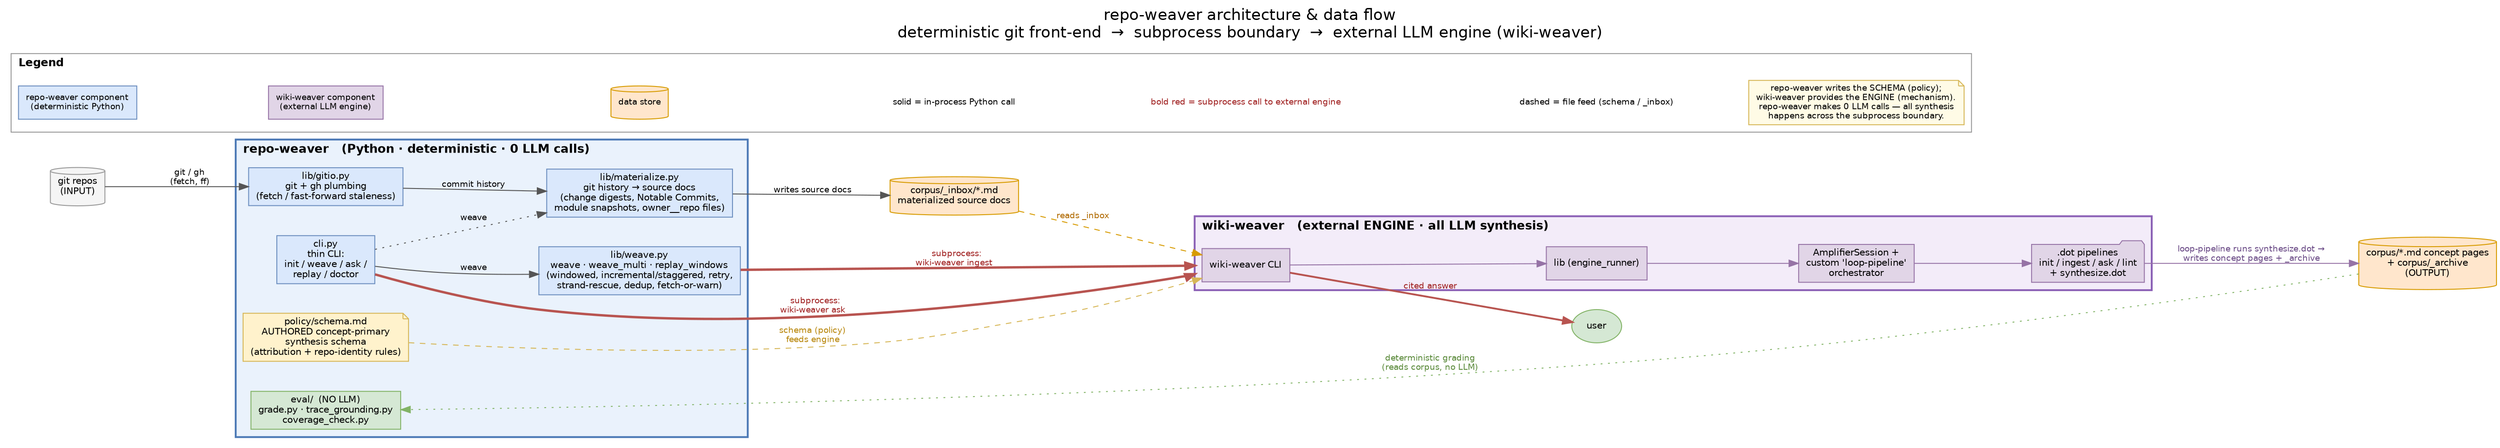
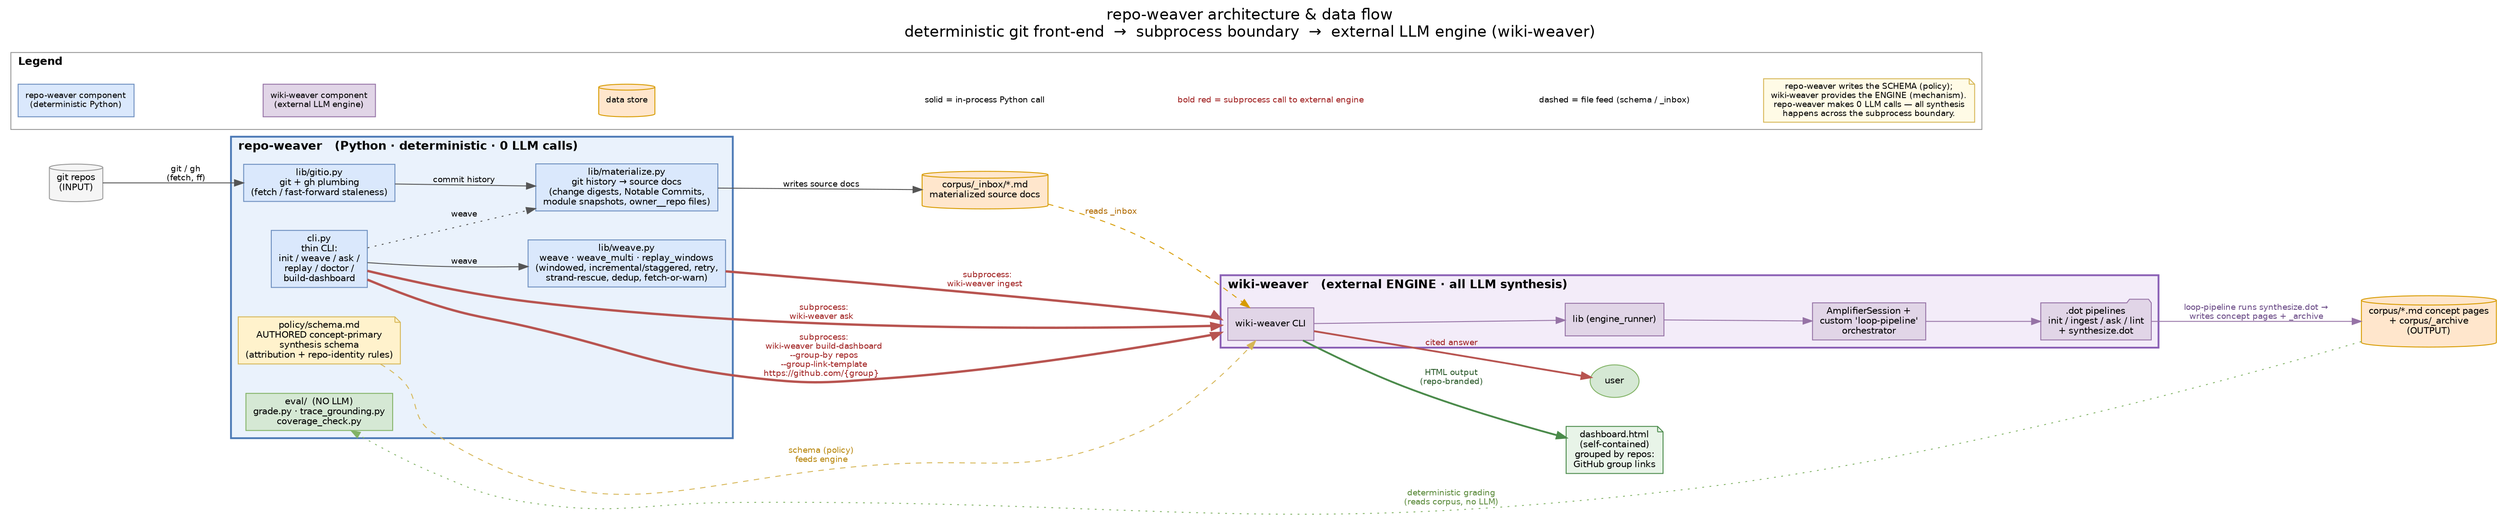
digraph repo_weaver_architecture {
  label="repo-weaver architecture & data flow\ndeterministic git front-end  →  subprocess boundary  →  external LLM engine (wiki-weaver)";
  labelloc="t";
  fontname="Helvetica";
  fontsize=17;
  rankdir=LR;
  compound=true;
  nodesep=0.45;
  ranksep=1.0;
  node [fontname="Helvetica", fontsize=10, style=filled, fillcolor="#dae8fc", color="#6c8ebf"];
  edge [fontname="Helvetica", fontsize=9, color="#555555"];

  // ---------- INPUT store ----------
  git_repos [label="git repos\n(INPUT)", shape=cylinder, fillcolor="#f5f5f5", color="#999999"];

  // ==================================================================
  // Cluster A: repo-weaver — deterministic Python, ZERO LLM calls
  // ==================================================================
  subgraph cluster_repoweaver {
    label="repo-weaver   (Python · deterministic · 0 LLM calls)";
    labeljust="l";
    style=filled; fillcolor="#eaf2fc"; color="#4a78b5"; penwidth=2;
    fontsize=13; fontname="Helvetica-Bold";

-     cli [label="cli.py\nthin CLI:\ninit / weave / ask /\nreplay / doctor", shape=box];
+     cli [label="cli.py\nthin CLI:\ninit / weave / ask /\nreplay / doctor /\nbuild-dashboard", shape=box];
    weave [label="lib/weave.py\nweave · weave_multi · replay_windows\n(windowed, incremental/staggered, retry,\nstrand-rescue, dedup, fetch-or-warn)", shape=box];
    materialize [label="lib/materialize.py\ngit history → source docs\n(change digests, Notable Commits,\nmodule snapshots, owner__repo files)", shape=box];
    gitio [label="lib/gitio.py\ngit + gh plumbing\n(fetch / fast-forward staleness)", shape=box];
    schema [label="policy/schema.md\nAUTHORED concept-primary\nsynthesis schema\n(attribution + repo-identity rules)", shape=note, fillcolor="#fff2cc", color="#d6b656"];
    eval [label="eval/  (NO LLM)\ngrade.py · trace_grounding.py\ncoverage_check.py", shape=box, fillcolor="#d5e8d4", color="#82b366"];
  }

  // ==================================================================
  // Cluster B: wiki-weaver — external ENGINE, ALL LLM work
  // ==================================================================
  subgraph cluster_wikiweaver {
    label="wiki-weaver   (external ENGINE · all LLM synthesis)";
    labeljust="l";
    style=filled; fillcolor="#f3ecf9"; color="#8a5fb5"; penwidth=2;
    fontsize=13; fontname="Helvetica-Bold";

    ww_cli [label="wiki-weaver CLI", shape=box, fillcolor="#e1d5e7", color="#9673a6"];
    ww_lib [label="lib (engine_runner)", shape=box, fillcolor="#e1d5e7", color="#9673a6"];
    ww_session [label="AmplifierSession +\ncustom 'loop-pipeline'\norchestrator", shape=box, fillcolor="#e1d5e7", color="#9673a6"];
    ww_dot [label=".dot pipelines\ninit / ingest / ask / lint\n+ synthesize.dot", shape=folder, fillcolor="#e1d5e7", color="#9673a6"];
  }

  // ---------- OUTPUT / intermediate stores ----------
  inbox [label="corpus/_inbox/*.md\nmaterialized source docs", shape=cylinder, fillcolor="#ffe6cc", color="#d79b00"];
  corpus [label="corpus/*.md concept pages\n+ corpus/_archive\n(OUTPUT)", shape=cylinder, fillcolor="#ffe6cc", color="#d79b00"];
+   dashboard [label="dashboard.html\n(self-contained)\ngrouped by repos:\nGitHub group links", shape=note, fillcolor="#e8f4e8", color="#4a8a4a"];
  user [label="user", shape=ellipse, fillcolor="#d5e8d4", color="#82b366"];

  // ================= in-process Python edges (solid) =================
  git_repos -> gitio [label="git / gh\n(fetch, ff)"];
  gitio -> materialize [label="commit history"];
  materialize -> inbox [label="writes source docs"];
  cli -> weave [label="weave"];
  cli -> materialize [label="weave", style=dotted];
  schema -> ww_cli [label="schema (policy)\nfeeds engine", style=dashed, color="#d6b656", fontcolor="#b8860b", constraint=false];
  inbox -> ww_cli [label="reads _inbox", style=dashed, color="#d79b00", fontcolor="#b06a00"];
  corpus -> eval [label="deterministic grading\n(reads corpus, no LLM)", style=dotted, color="#82b366", fontcolor="#5a8a3a", constraint=false];

  // engine internals
  ww_cli -> ww_lib [color="#9673a6"];
  ww_lib -> ww_session [color="#9673a6"];
  ww_session -> ww_dot [color="#9673a6"];
  ww_dot -> corpus [label="loop-pipeline runs synthesize.dot →\nwrites concept pages + _archive", color="#9673a6", fontcolor="#6a4a86"];

  // ================= SUBPROCESS BOUNDARY edges (bold red) =================
  weave -> ww_cli [label="  subprocess:\n  wiki-weaver ingest  ", style=bold, penwidth=2.6, color="#b85450", fontcolor="#a02020", lhead=cluster_wikiweaver];
  cli -> ww_cli [label="  subprocess:\n  wiki-weaver ask  ", style=bold, penwidth=2.6, color="#b85450", fontcolor="#a02020", lhead=cluster_wikiweaver];
+   cli -> ww_cli [label="  subprocess:\n  wiki-weaver build-dashboard\n  --group-by repos\n  --group-link-template\n  https://github.com/{group}  ", style=bold, penwidth=2.6, color="#b85450", fontcolor="#a02020", lhead=cluster_wikiweaver];
+   ww_cli -> dashboard [label="HTML output\n(repo-branded)", style=bold, penwidth=2.0, color="#4a8a4a", fontcolor="#2a5a2a"];
  ww_cli -> user [label="cited answer", style=bold, penwidth=2.0, color="#b85450", fontcolor="#a02020"];

  // ============================ LEGEND ============================
  subgraph cluster_legend {
    label="Legend";
    labeljust="l";
    style=filled; fillcolor="#ffffff"; color="#999999";
    fontsize=12; fontname="Helvetica-Bold";
    node [shape=box, fontsize=9];

    lg_proc [label="repo-weaver component\n(deterministic Python)", fillcolor="#dae8fc", color="#6c8ebf"];
    lg_eng  [label="wiki-weaver component\n(external LLM engine)", fillcolor="#e1d5e7", color="#9673a6"];
    lg_store [label="data store", shape=cylinder, fillcolor="#ffe6cc", color="#d79b00"];
    lg_e1 [label="solid = in-process Python call", shape=plaintext, fillcolor="#ffffff"];
    lg_e2 [label="bold red = subprocess call to external engine", shape=plaintext, fillcolor="#ffffff", fontcolor="#a02020"];
    lg_e3 [label="dashed = file feed (schema / _inbox)", shape=plaintext, fillcolor="#ffffff"];
    lg_note [label="repo-weaver writes the SCHEMA (policy);\nwiki-weaver provides the ENGINE (mechanism).\nrepo-weaver makes 0 LLM calls — all synthesis\nhappens across the subprocess boundary.", shape=note, fillcolor="#fffbe6", color="#d6b656"];

    lg_proc -> lg_eng [style=invis];
    lg_eng -> lg_store [style=invis];
    lg_store -> lg_e1 [style=invis];
    lg_e1 -> lg_e2 [style=invis];
    lg_e2 -> lg_e3 [style=invis];
    lg_e3 -> lg_note [style=invis];
  }
}
